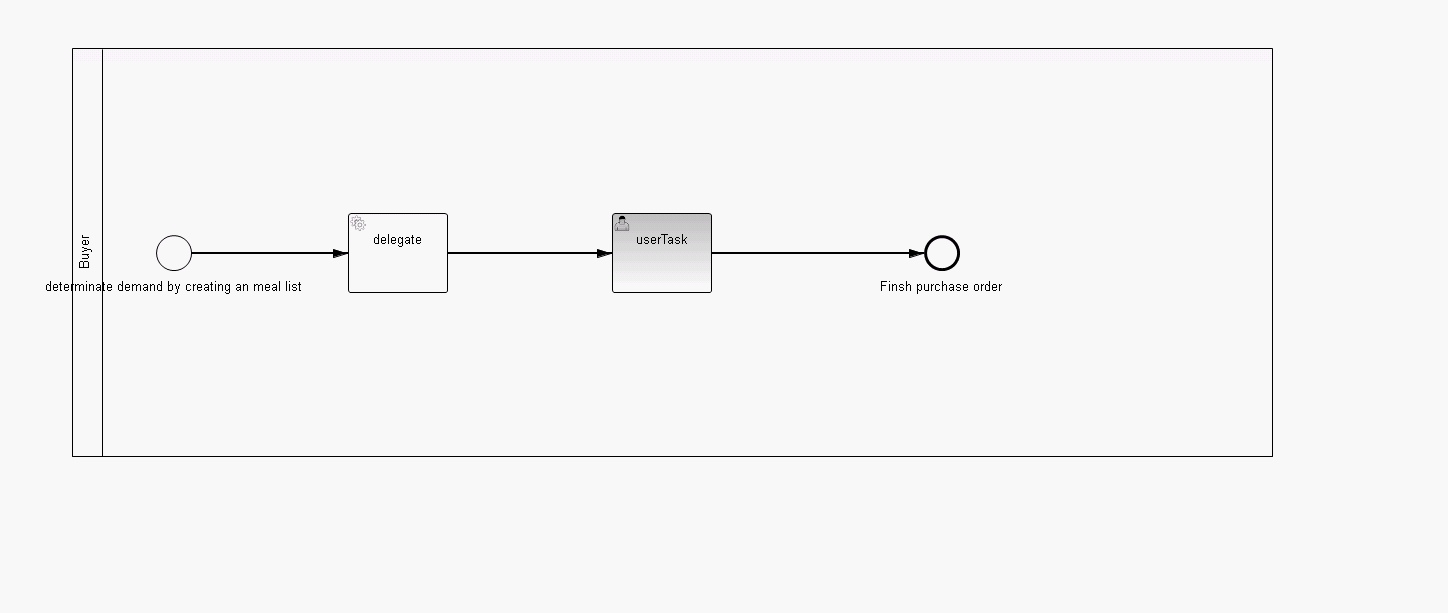
Earlier version of the BPMN export src/main/resources/purchaseOrder.png (electr0Nik/bpmn.comunda.tutorial). Its source is kept beside it as src/main/resources/purchaseOrder.bpmn. Ids are renumbered.
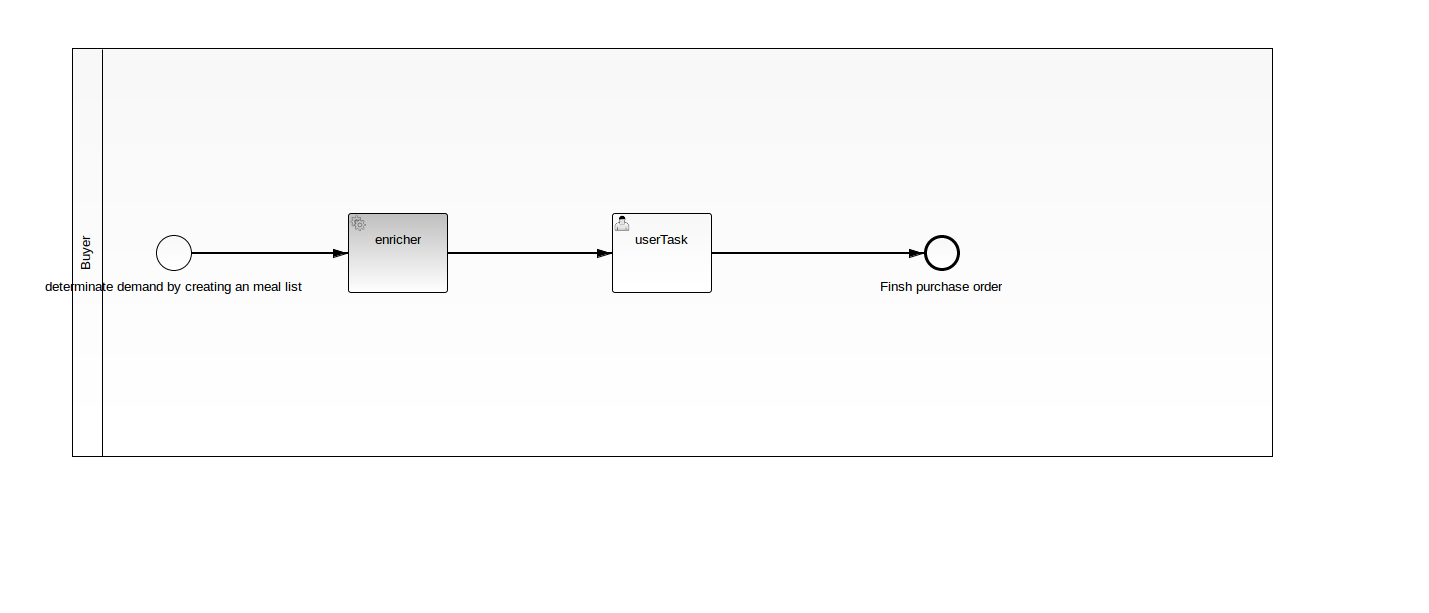
Later version of the same file.

Commit message:
* test custom bpmn process for purchase-order * create enricher for meal-object

Change to the diagram source:
```diff
@@ -6,7 +6,7 @@
     <bpmn2:startEvent id="StartEvent_1" camunda:formKey="embedded:app:forms/mealForm_main_request.html" name="determinate demand by creating an meal list">
       <bpmn2:outgoing>SequenceFlow_1</bpmn2:outgoing>
     </bpmn2:startEvent>
-    <bpmn2:serviceTask id="UserTask_1" camunda:class="com.github.electr0nik.camunda.purchaseorder.delegate.PurchaseOrderJavaDelegate" name="delegate">
+    <bpmn2:serviceTask id="UserTask_1" camunda:class="com.github.electr0nik.camunda.purchaseorder.delegate.MealObjectEnricher" name="enricher">
       <bpmn2:incoming>SequenceFlow_1</bpmn2:incoming>
       <bpmn2:outgoing>SequenceFlow_2</bpmn2:outgoing>
     </bpmn2:serviceTask>
```
